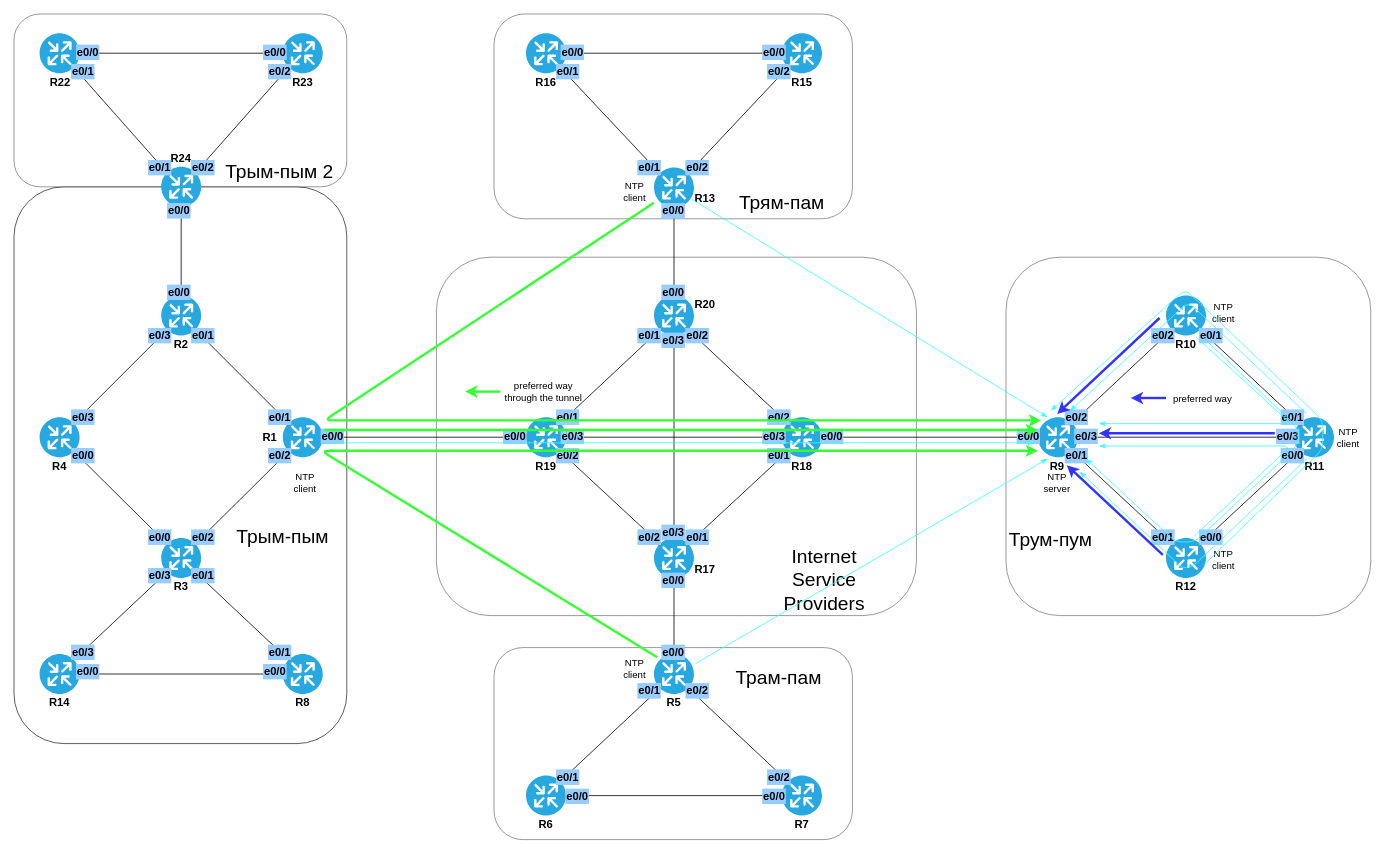
Earlier version of the draw.io diagram lab00/networks_plan.drawio (mbfx/otus-networks). Source tidied: cells renumbered, new cells numbered last; positions are measured from the earlier drawing's top-left corner, leaving out a move shared by most shapes. Both pictures are drawn from the tidied source at 80%, with x=0, y=0 at pixel (14, 14).
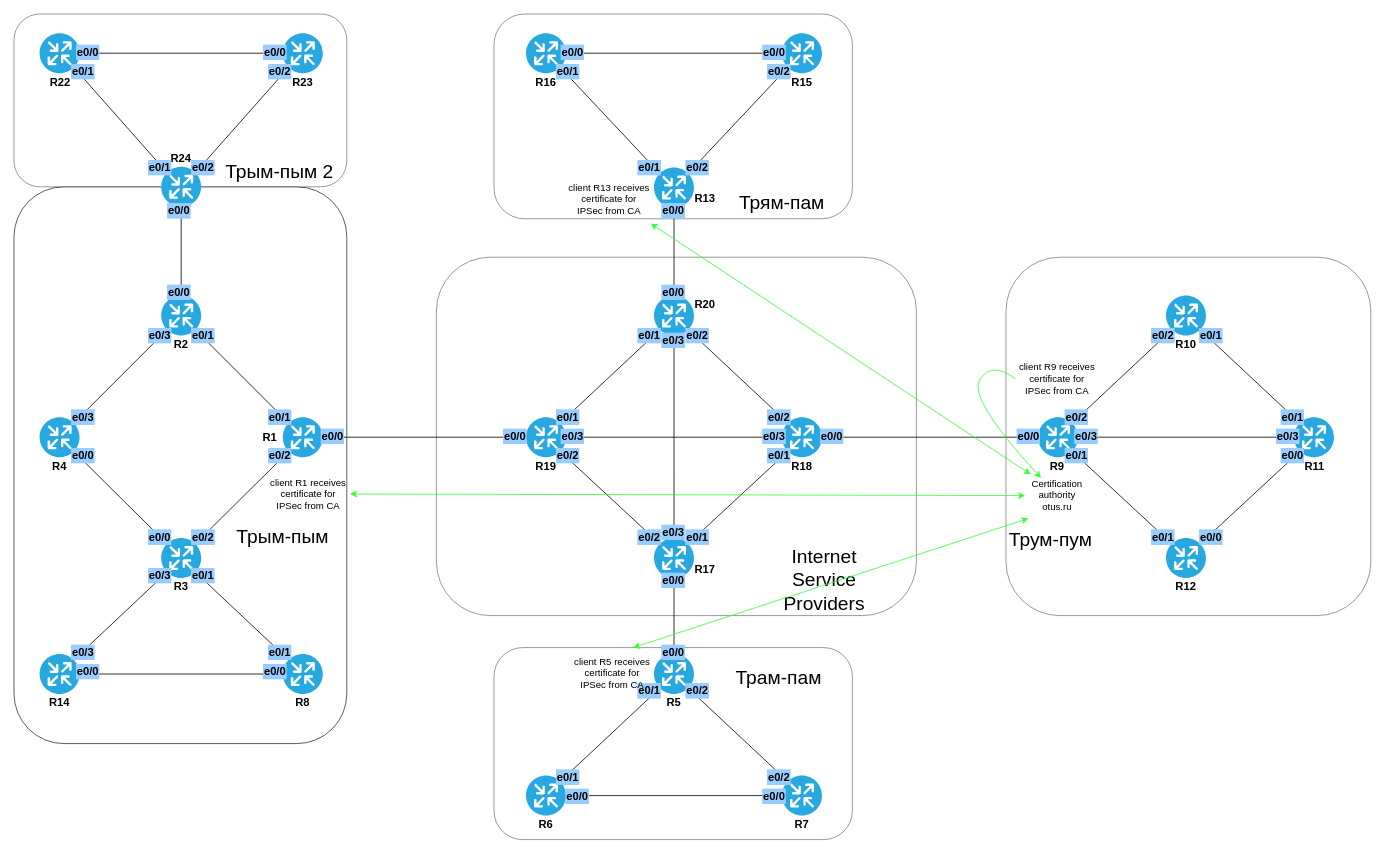
The same diagram, later.

The edit, as a diff of the source:
```diff
@@
-    <mxCell id="160" parent="0" />
-    <mxCell id="161" value="NTP server" style="text;html=1;strokeColor=none;fillColor=none;align=center;verticalAlign=middle;whiteSpace=wrap;rounded=0;fontSize=12;opacity=80;" parent="160" vertex="1">
-      <mxGeometry x="1284" y="576" width="40" height="20" as="geometry" />
-    </mxCell>
-    <mxCell id="162" value="NTP client" style="text;html=1;strokeColor=none;fillColor=none;align=center;verticalAlign=middle;whiteSpace=wrap;rounded=0;fontSize=12;opacity=80;" parent="160" vertex="1">
-      <mxGeometry x="1492" y="364" width="40" height="20" as="geometry" />
-    </mxCell>
-    <mxCell id="163" value="NTP client" style="text;html=1;strokeColor=none;fillColor=none;align=center;verticalAlign=middle;whiteSpace=wrap;rounded=0;fontSize=12;opacity=80;" parent="160" vertex="1">
-      <mxGeometry x="1648" y="520" width="40" height="20" as="geometry" />
-    </mxCell>
-    <mxCell id="164" value="NTP client" style="text;html=1;strokeColor=none;fillColor=none;align=center;verticalAlign=middle;whiteSpace=wrap;rounded=0;fontSize=12;opacity=80;" parent="160" vertex="1">
-      <mxGeometry x="1492" y="672" width="40" height="20" as="geometry" />
-    </mxCell>
-    <mxCell id="165" style="endArrow=classic;html=1;strokeColor=#3333FF;strokeWidth=3;fillColor=#e1d5e7;fontSize=12;" parent="160" edge="1">
-      <mxGeometry relative="1" as="geometry">
-        <mxPoint x="1432" y="380" as="sourcePoint" />
-        <mxPoint x="1304" y="500" as="targetPoint" />
-      </mxGeometry>
-    </mxCell>
-    <mxCell id="166" style="endArrow=classic;html=1;strokeColor=#3333FF;strokeWidth=3;fillColor=#e1d5e7;fontSize=12;" parent="160" edge="1">
-      <mxGeometry relative="1" as="geometry">
-        <mxPoint x="1576" y="524" as="sourcePoint" />
-        <mxPoint x="1356" y="524" as="targetPoint" />
-      </mxGeometry>
-    </mxCell>
-    <mxCell id="167" style="endArrow=classic;html=1;strokeColor=#3333FF;strokeWidth=3;fillColor=#e1d5e7;fontSize=12;" parent="160" edge="1">
-      <mxGeometry relative="1" as="geometry">
-        <mxPoint x="1436" y="676" as="sourcePoint" />
-        <mxPoint x="1316" y="564" as="targetPoint" />
-      </mxGeometry>
-    </mxCell>
-    <mxCell id="168" style="endArrow=classicThin;html=1;strokeColor=#33FFFF;strokeWidth=1;fillColor=#e1d5e7;fontSize=12;endFill=1;" parent="160" edge="1">
-      <mxGeometry relative="1" as="geometry">
-        <mxPoint x="1478" y="404" as="sourcePoint" />
-        <mxPoint x="1356" y="512" as="targetPoint" />
-        <Array as="points">
-          <mxPoint x="1596" y="512" />
-        </Array>
-      </mxGeometry>
-    </mxCell>
-    <mxCell id="169" style="endArrow=classicThin;html=1;strokeColor=#33FFFF;strokeWidth=1;fillColor=#e1d5e7;fontSize=12;endFill=1;" parent="160" edge="1">
-      <mxGeometry relative="1" as="geometry">
-        <mxPoint x="1486" y="404" as="sourcePoint" />
-        <mxPoint x="1340" y="556" as="targetPoint" />
-        <Array as="points">
-          <mxPoint x="1604" y="516" />
-          <mxPoint x="1604" y="540" />
-          <mxPoint x="1476" y="660" />
-          <mxPoint x="1452" y="660" />
-        </Array>
-      </mxGeometry>
-    </mxCell>
-    <mxCell id="170" style="endArrow=classicThin;html=1;strokeColor=#33FFFF;strokeWidth=1;fillColor=#e1d5e7;fontSize=12;endFill=1;" parent="160" edge="1">
-      <mxGeometry relative="1" as="geometry">
-        <mxPoint x="1616" y="500" as="sourcePoint" />
-        <mxPoint x="1320" y="496" as="targetPoint" />
-        <Array as="points">
-          <mxPoint x="1468" y="360" />
-        </Array>
-      </mxGeometry>
-    </mxCell>
-    <mxCell id="171" style="endArrow=classicThin;html=1;strokeColor=#33FFFF;strokeWidth=1;fillColor=#e1d5e7;fontSize=12;endFill=1;" parent="160" edge="1">
-      <mxGeometry relative="1" as="geometry">
-        <mxPoint x="1616" y="556" as="sourcePoint" />
-        <mxPoint x="1332" y="572" as="targetPoint" />
-        <Array as="points">
-          <mxPoint x="1472" y="692" />
-          <mxPoint x="1460" y="692" />
-        </Array>
-      </mxGeometry>
-    </mxCell>
-    <mxCell id="172" style="endArrow=classicThin;html=1;strokeColor=#33FFFF;strokeWidth=1;fillColor=#e1d5e7;fontSize=12;endFill=1;" parent="160" edge="1">
-      <mxGeometry relative="1" as="geometry">
-        <mxPoint x="1476" y="652" as="sourcePoint" />
-        <mxPoint x="1356" y="540" as="targetPoint" />
-        <Array as="points">
-          <mxPoint x="1596" y="540" />
-        </Array>
-      </mxGeometry>
-    </mxCell>
-    <mxCell id="173" style="endArrow=classicThin;html=1;strokeColor=#33FFFF;strokeWidth=1;fillColor=#e1d5e7;fontSize=12;endFill=1;" parent="160" edge="1">
-      <mxGeometry relative="1" as="geometry">
-        <mxPoint x="1488" y="688" as="sourcePoint" />
-        <mxPoint x="1296" y="496" as="targetPoint" />
-        <Array as="points">
-          <mxPoint x="1636" y="544" />
-          <mxPoint x="1636" y="508" />
-          <mxPoint x="1464" y="344" />
-        </Array>
-      </mxGeometry>
-    </mxCell>
-    <mxCell id="174" style="endArrow=classic;html=1;strokeColor=#3333FF;strokeWidth=3;fillColor=#e1d5e7;fontSize=12;" parent="160" edge="1">
-      <mxGeometry relative="1" as="geometry">
-        <mxPoint x="1440" y="480" as="sourcePoint" />
-        <mxPoint x="1396" y="480" as="targetPoint" />
-      </mxGeometry>
-    </mxCell>
-    <mxCell id="175" value="preferred way" style="text;html=1;strokeColor=none;fillColor=none;align=center;verticalAlign=middle;whiteSpace=wrap;rounded=0;fontSize=12;opacity=80;" parent="160" vertex="1">
-      <mxGeometry x="1440" y="472" width="92" height="20" as="geometry" />
-    </mxCell>
-    <mxCell id="176" style="endArrow=classic;html=1;strokeColor=#33FF33;strokeWidth=3;fillColor=#e1d5e7;fontSize=12;" parent="160" edge="1">
-      <mxGeometry relative="1" as="geometry">
-        <mxPoint x="388" y="520" as="sourcePoint" />
-        <mxPoint x="1280" y="520" as="targetPoint" />
-      </mxGeometry>
-    </mxCell>
-    <mxCell id="177" style="endArrow=classic;html=1;strokeColor=#33FF33;strokeWidth=3;fillColor=#e1d5e7;fontSize=12;" parent="160" edge="1">
-      <mxGeometry relative="1" as="geometry">
-        <mxPoint x="800" y="236" as="sourcePoint" />
-        <mxPoint x="1284" y="508" as="targetPoint" />
-        <Array as="points">
-          <mxPoint x="388" y="508" />
-        </Array>
-      </mxGeometry>
-    </mxCell>
-    <mxCell id="178" style="endArrow=classic;html=1;strokeColor=#33FF33;strokeWidth=3;fillColor=#e1d5e7;fontSize=12;" parent="160" edge="1">
-      <mxGeometry relative="1" as="geometry">
-        <mxPoint x="804" y="804" as="sourcePoint" />
-        <mxPoint x="1280" y="546" as="targetPoint" />
-        <Array as="points">
-          <mxPoint x="384" y="546" />
-        </Array>
-      </mxGeometry>
-    </mxCell>
-    <mxCell id="179" style="endArrow=classicThin;html=1;strokeColor=#33FFFF;strokeWidth=1;fillColor=#e1d5e7;fontSize=12;endFill=1;" parent="160" edge="1">
-      <mxGeometry relative="1" as="geometry">
-        <mxPoint x="388" y="536" as="sourcePoint" />
-        <mxPoint x="1276" y="536" as="targetPoint" />
-      </mxGeometry>
-    </mxCell>
-    <mxCell id="180" style="endArrow=classicThin;html=1;strokeColor=#33FFFF;strokeWidth=1;fillColor=#e1d5e7;fontSize=12;endFill=1;" parent="160" edge="1">
-      <mxGeometry relative="1" as="geometry">
-        <mxPoint x="848" y="232" as="sourcePoint" />
-        <mxPoint x="1292" y="504" as="targetPoint" />
-      </mxGeometry>
-    </mxCell>
-    <mxCell id="181" style="endArrow=classicThin;html=1;strokeColor=#33FFFF;strokeWidth=1;fillColor=#e1d5e7;fontSize=12;endFill=1;" parent="160" edge="1">
-      <mxGeometry relative="1" as="geometry">
-        <mxPoint x="852" y="812" as="sourcePoint" />
-        <mxPoint x="1292" y="556" as="targetPoint" />
-      </mxGeometry>
-    </mxCell>
-    <mxCell id="182" value="NTP client" style="text;html=1;strokeColor=none;fillColor=none;align=center;verticalAlign=middle;whiteSpace=wrap;rounded=0;fontSize=12;opacity=80;" parent="160" vertex="1">
-      <mxGeometry x="756" y="212" width="40" height="20" as="geometry" />
-    </mxCell>
-    <mxCell id="183" value="NTP client" style="text;html=1;strokeColor=none;fillColor=none;align=center;verticalAlign=middle;whiteSpace=wrap;rounded=0;fontSize=12;opacity=80;" parent="160" vertex="1">
-      <mxGeometry x="756" y="808" width="40" height="20" as="geometry" />
-    </mxCell>
-    <mxCell id="184" value="NTP client" style="text;html=1;strokeColor=none;fillColor=none;align=center;verticalAlign=middle;whiteSpace=wrap;rounded=0;fontSize=12;opacity=80;" parent="160" vertex="1">
-      <mxGeometry x="344" y="576" width="40" height="20" as="geometry" />
-    </mxCell>
-    <mxCell id="185" value="preferred way&lt;br&gt;through the tunnel" style="text;html=1;strokeColor=none;fillColor=none;align=center;verticalAlign=middle;whiteSpace=wrap;rounded=0;fontSize=12;opacity=80;" parent="160" vertex="1">
-      <mxGeometry x="608" y="462" width="108" height="20" as="geometry" />
-    </mxCell>
-    <mxCell id="186" style="endArrow=classic;html=1;strokeColor=#33FF33;strokeWidth=3;fillColor=#e1d5e7;fontSize=12;" parent="160" edge="1">
-      <mxGeometry relative="1" as="geometry">
-        <mxPoint x="608" y="472" as="sourcePoint" />
-        <mxPoint x="564" y="472" as="targetPoint" />
-      </mxGeometry>
-    </mxCell>
+    <mxCell id="187" parent="0" />
+    <mxCell id="188" value="&lt;span class=&quot;st&quot;&gt;Certification authority&lt;br&gt;otus.ru&lt;br&gt;&lt;/span&gt;" style="text;html=1;strokeColor=none;fillColor=none;align=center;verticalAlign=middle;whiteSpace=wrap;rounded=0;fontSize=12;opacity=80;" parent="187" vertex="1">
+      <mxGeometry x="1264" y="580" width="80" height="44" as="geometry" />
+    </mxCell>
+    <mxCell id="189" value="&lt;span class=&quot;tlid-translation translation&quot; lang=&quot;en&quot;&gt;client R13 receives certificate for IPSec from CA&lt;/span&gt;" style="text;html=1;strokeColor=none;fillColor=none;align=center;verticalAlign=middle;whiteSpace=wrap;rounded=0;fontSize=12;opacity=80;" parent="187" vertex="1">
+      <mxGeometry x="692" y="200" width="104" height="64" as="geometry" />
+    </mxCell>
+    <mxCell id="190" value="&lt;span class=&quot;tlid-translation translation&quot; lang=&quot;en&quot;&gt;client R5 receives certificate for IPSec from CA&lt;/span&gt;" style="text;html=1;strokeColor=none;fillColor=none;align=center;verticalAlign=middle;whiteSpace=wrap;rounded=0;fontSize=12;opacity=80;" parent="187" vertex="1">
+      <mxGeometry x="696" y="792" width="104" height="64" as="geometry" />
+    </mxCell>
+    <mxCell id="191" value="&lt;span class=&quot;tlid-translation translation&quot; lang=&quot;en&quot;&gt;client R1 receives certificate for IPSec from CA&lt;/span&gt;" style="text;html=1;strokeColor=none;fillColor=none;align=center;verticalAlign=middle;whiteSpace=wrap;rounded=0;fontSize=12;opacity=80;" parent="187" vertex="1">
+      <mxGeometry x="316" y="568" width="104" height="64" as="geometry" />
+    </mxCell>
+    <mxCell id="192" style="endArrow=classic;startArrow=classic;html=1;strokeColor=#33FF33;strokeWidth=1;fillColor=#e1d5e7;fontSize=12;entryX=0.088;entryY=-0.1;entryDx=0;entryDy=0;entryPerimeter=0;exitX=1;exitY=0.969;exitDx=0;exitDy=0;exitPerimeter=0;" parent="187" edge="1" source="189" target="188">
+      <mxGeometry relative="1" as="geometry" />
+    </mxCell>
+    <mxCell id="193" style="endArrow=classic;startArrow=classic;html=1;strokeColor=#33FF33;strokeWidth=1;fillColor=#e1d5e7;fontSize=12;entryX=0;entryY=0.5;entryDx=0;entryDy=0;exitX=1;exitY=0.5;exitDx=0;exitDy=0;" parent="187" edge="1" source="191" target="188">
+      <mxGeometry relative="1" as="geometry" />
+    </mxCell>
+    <mxCell id="194" style="endArrow=classic;startArrow=classic;html=1;strokeColor=#33FF33;strokeWidth=1;fillColor=#e1d5e7;fontSize=12;entryX=0.05;entryY=1.15;entryDx=0;entryDy=0;exitX=0.75;exitY=0;exitDx=0;exitDy=0;entryPerimeter=0;" parent="187" edge="1" source="190" target="188">
+      <mxGeometry relative="1" as="geometry" />
+    </mxCell>
+    <mxCell id="195" value="&lt;span class=&quot;tlid-translation translation&quot; lang=&quot;en&quot;&gt;client R9 receives certificate for IPSec from CA&lt;/span&gt;" style="text;html=1;strokeColor=none;fillColor=none;align=center;verticalAlign=middle;whiteSpace=wrap;rounded=0;fontSize=12;opacity=80;" parent="187" vertex="1">
+      <mxGeometry x="1252" y="424" width="104" height="64" as="geometry" />
+    </mxCell>
+    <mxCell id="196" style="curved=1;endArrow=classic;html=1;strokeColor=#33FF33;strokeWidth=1;fillColor=#e1d5e7;fontSize=12;exitX=0;exitY=0.5;exitDx=0;exitDy=0;" parent="187" edge="1" source="195" target="188">
+      <mxGeometry relative="1" as="geometry">
+        <Array as="points">
+          <mxPoint x="1222" y="434" />
+          <mxPoint x="1192" y="480" />
+        </Array>
+      </mxGeometry>
+    </mxCell>
```
